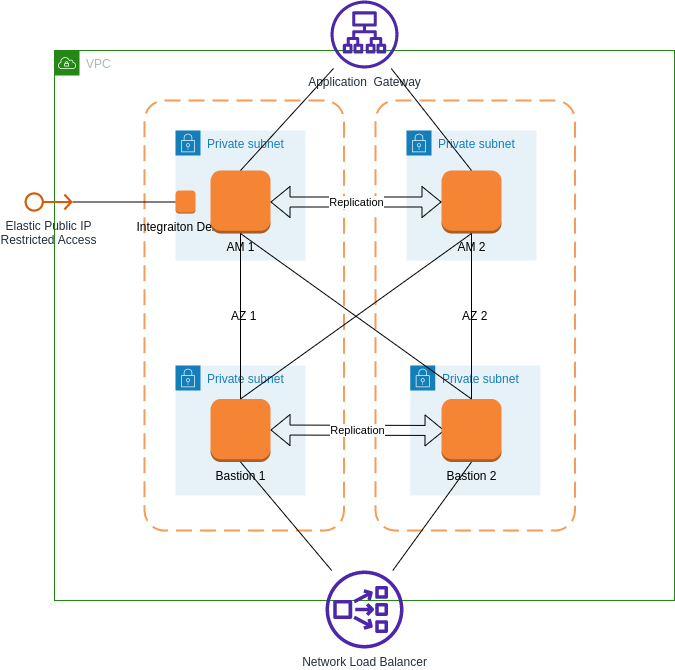
Earlier version of the draw.io export Terraform/Deploying/aws/02-Advanced/2AM-2SM-LB/AWS_2AM-2SM-LB.drawio.png (wallix/Automation_Showroom). Source tidied: cells renumbered, new cells last; positions are measured from the earlier drawing's top-left corner, leaving out a move shared by most shapes. Source of this version:
```xml
<mxGraphModel>
  <root>
    <mxCell id="0" />
    <mxCell id="1" parent="0" />
    <mxCell id="2" value="VPC" style="gradientColor=none;html=1;whiteSpace=wrap;fontSize=12;fontStyle=0;shape=mxgraph.aws4.group;grIcon=mxgraph.aws4.group_vpc;strokeColor=#248814;fillColor=none;verticalAlign=top;align=left;spacingLeft=30;fontColor=#AAB7B8;dashed=0;" parent="1" vertex="1">
      <mxGeometry x="30" y="50" width="620" height="550" as="geometry" />
    </mxCell>
    <mxCell id="3" value="AZ 2" style="rounded=1;arcSize=10;dashed=1;strokeColor=#F59D56;fillColor=none;gradientColor=none;dashPattern=8 4;strokeWidth=2;" parent="2" vertex="1">
      <mxGeometry x="321" y="50" width="199.5" height="430" as="geometry" />
    </mxCell>
    <mxCell id="4" value="Private subnet" style="gradientColor=none;html=1;whiteSpace=wrap;fontSize=12;fontStyle=0;shape=mxgraph.aws4.group;grIcon=mxgraph.aws4.group_security_group;grStroke=0;strokeColor=#147EBA;fillColor=#E6F2F8;verticalAlign=top;align=left;spacingLeft=30;fontColor=#147EBA;dashed=0;" parent="2" vertex="1">
      <mxGeometry x="355.8" y="315" width="130" height="130" as="geometry" />
    </mxCell>
    <mxCell id="5" value="AZ 1" style="rounded=1;arcSize=10;dashed=1;strokeColor=#F59D56;fillColor=none;gradientColor=none;dashPattern=8 4;strokeWidth=2;" parent="2" vertex="1">
      <mxGeometry x="90" y="50" width="199.5" height="430" as="geometry" />
    </mxCell>
    <mxCell id="6" value="Private subnet" style="gradientColor=none;html=1;whiteSpace=wrap;fontSize=12;fontStyle=0;shape=mxgraph.aws4.group;grIcon=mxgraph.aws4.group_security_group;grStroke=0;strokeColor=#147EBA;fillColor=#E6F2F8;verticalAlign=top;align=left;spacingLeft=30;fontColor=#147EBA;dashed=0;" parent="2" vertex="1">
      <mxGeometry x="121" y="80" width="130" height="130" as="geometry" />
    </mxCell>
    <mxCell id="7" value="Integraiton Debian" style="outlineConnect=0;dashed=0;verticalLabelPosition=bottom;verticalAlign=top;align=center;html=1;shape=mxgraph.aws3.instance;fillColor=#F58534;gradientColor=none;" parent="6" vertex="1">
      <mxGeometry y="60" width="20" height="23" as="geometry" />
    </mxCell>
    <mxCell id="8" value="Private subnet" style="gradientColor=none;html=1;whiteSpace=wrap;fontSize=12;fontStyle=0;shape=mxgraph.aws4.group;grIcon=mxgraph.aws4.group_security_group;grStroke=0;strokeColor=#147EBA;fillColor=#E6F2F8;verticalAlign=top;align=left;spacingLeft=30;fontColor=#147EBA;dashed=0;" parent="2" vertex="1">
      <mxGeometry x="121" y="315" width="130" height="130" as="geometry" />
    </mxCell>
    <mxCell id="9" value="Replication" style="shape=flexArrow;endArrow=classic;startArrow=classic;html=1;rounded=0;" parent="8" edge="1">
      <mxGeometry relative="1" as="geometry">
        <mxPoint x="95" y="64.5" as="sourcePoint" />
        <mxPoint x="269" y="65" as="targetPoint" />
      </mxGeometry>
    </mxCell>
    <mxCell id="10" value="Private subnet" style="gradientColor=none;html=1;whiteSpace=wrap;fontSize=12;fontStyle=0;shape=mxgraph.aws4.group;grIcon=mxgraph.aws4.group_security_group;grStroke=0;strokeColor=#147EBA;fillColor=#E6F2F8;verticalAlign=top;align=left;spacingLeft=30;fontColor=#147EBA;dashed=0;" parent="2" vertex="1">
      <mxGeometry x="352" y="80" width="130" height="130" as="geometry" />
    </mxCell>
    <mxCell id="11" value="AM 1" style="outlineConnect=0;dashed=0;verticalLabelPosition=bottom;verticalAlign=top;align=center;html=1;shape=mxgraph.aws3.instance;fillColor=#F58534;gradientColor=none;" parent="2" vertex="1">
      <mxGeometry x="156" y="120" width="60" height="63" as="geometry" />
    </mxCell>
    <mxCell id="12" value="AM 2" style="outlineConnect=0;dashed=0;verticalLabelPosition=bottom;verticalAlign=top;align=center;html=1;shape=mxgraph.aws3.instance;fillColor=#F58534;gradientColor=none;" parent="2" vertex="1">
      <mxGeometry x="387" y="120" width="60" height="63" as="geometry" />
    </mxCell>
    <mxCell id="13" value="Replication" style="shape=flexArrow;endArrow=classic;startArrow=classic;html=1;rounded=0;" parent="2" edge="1" source="11" target="12">
      <mxGeometry relative="1" as="geometry" />
    </mxCell>
    <mxCell id="14" value="Bastion 1" style="outlineConnect=0;dashed=0;verticalLabelPosition=bottom;verticalAlign=top;align=center;html=1;shape=mxgraph.aws3.instance;fillColor=#F58534;gradientColor=none;" parent="2" vertex="1">
      <mxGeometry x="156" y="348.5" width="60" height="63" as="geometry" />
    </mxCell>
    <mxCell id="15" value="Bastion 2" style="outlineConnect=0;dashed=0;verticalLabelPosition=bottom;verticalAlign=top;align=center;html=1;shape=mxgraph.aws3.instance;fillColor=#F58534;gradientColor=none;" parent="2" vertex="1">
      <mxGeometry x="387" y="348.5" width="60" height="63" as="geometry" />
    </mxCell>
    <mxCell id="16" style="endArrow=none;html=1;rounded=0;entryX=0.5;entryY=1;entryDx=0;entryDy=0;entryPerimeter=0;" parent="2" edge="1" source="14" target="11">
      <mxGeometry relative="1" as="geometry" />
    </mxCell>
    <mxCell id="17" style="endArrow=none;html=1;rounded=0;exitX=0.5;exitY=0;exitDx=0;exitDy=0;exitPerimeter=0;" parent="2" edge="1" source="15" target="12">
      <mxGeometry relative="1" as="geometry" />
    </mxCell>
    <mxCell id="18" style="endArrow=none;html=1;rounded=0;entryX=0.5;entryY=1;entryDx=0;entryDy=0;entryPerimeter=0;exitX=0.5;exitY=0;exitDx=0;exitDy=0;exitPerimeter=0;" parent="2" edge="1" source="15" target="11">
      <mxGeometry relative="1" as="geometry" />
    </mxCell>
    <mxCell id="19" style="endArrow=none;html=1;rounded=0;entryX=0.5;entryY=1;entryDx=0;entryDy=0;entryPerimeter=0;exitX=0.5;exitY=0;exitDx=0;exitDy=0;exitPerimeter=0;" parent="2" edge="1" source="14" target="12">
      <mxGeometry relative="1" as="geometry" />
    </mxCell>
    <mxCell id="20" value="Application&amp;nbsp; Gateway" style="sketch=0;outlineConnect=0;fontColor=#232F3E;gradientColor=none;fillColor=#4D27AA;strokeColor=none;dashed=0;verticalLabelPosition=bottom;verticalAlign=top;align=center;html=1;fontSize=12;fontStyle=0;shape=mxgraph.aws4.application_load_balancer;" parent="1" vertex="1">
      <mxGeometry x="306" width="68" height="68" as="geometry" />
    </mxCell>
    <mxCell id="21" style="endArrow=none;html=1;rounded=0;entryX=0.5;entryY=0;entryDx=0;entryDy=0;entryPerimeter=0;" parent="1" edge="1" source="20" target="12">
      <mxGeometry relative="1" as="geometry" />
    </mxCell>
    <mxCell id="22" style="endArrow=none;html=1;rounded=0;exitX=0.5;exitY=0;exitDx=0;exitDy=0;exitPerimeter=0;" parent="1" edge="1" source="11" target="20">
      <mxGeometry relative="1" as="geometry" />
    </mxCell>
    <mxCell id="23" value="Network Load Balancer" style="sketch=0;outlineConnect=0;fontColor=#232F3E;gradientColor=none;fillColor=#4D27AA;strokeColor=none;dashed=0;verticalLabelPosition=bottom;verticalAlign=top;align=center;html=1;fontSize=12;fontStyle=0;shape=mxgraph.aws4.network_load_balancer;" parent="1" vertex="1">
      <mxGeometry x="301" y="570" width="78" height="78" as="geometry" />
    </mxCell>
    <mxCell id="24" style="endArrow=none;html=1;rounded=0;entryX=0.5;entryY=1;entryDx=0;entryDy=0;entryPerimeter=0;" parent="1" edge="1" source="23" target="14">
      <mxGeometry relative="1" as="geometry" />
    </mxCell>
    <mxCell id="25" style="endArrow=none;html=1;rounded=0;entryX=0.5;entryY=1;entryDx=0;entryDy=0;entryPerimeter=0;" parent="1" edge="1" source="23" target="15">
      <mxGeometry relative="1" as="geometry" />
    </mxCell>
    <mxCell id="26" value="Elastic Public IP&lt;br&gt;Restricted Access" style="sketch=0;outlineConnect=0;fontColor=#232F3E;gradientColor=none;fillColor=#D45B07;strokeColor=none;dashed=0;verticalLabelPosition=bottom;verticalAlign=top;align=center;html=1;fontSize=12;fontStyle=0;shape=mxgraph.aws4.elastic_ip_address;" parent="1" vertex="1">
      <mxGeometry y="191.5" width="48" height="20" as="geometry" />
    </mxCell>
    <mxCell id="27" style="endArrow=none;html=1;rounded=0;entryX=0;entryY=0.5;entryDx=0;entryDy=0;entryPerimeter=0;" parent="1" edge="1" source="26" target="7">
      <mxGeometry relative="1" as="geometry" />
    </mxCell>
  </root>
</mxGraphModel>
```
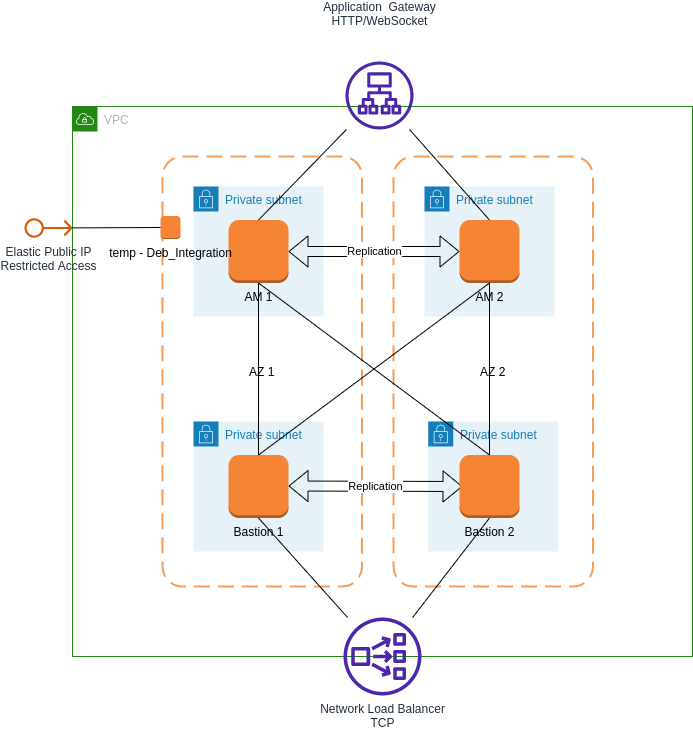
The same file after the commit.

Diff of the diagram source:
```diff
@@ -17,9 +17,9 @@
     <mxCell id="6" value="Private subnet" style="gradientColor=none;html=1;whiteSpace=wrap;fontSize=12;fontStyle=0;shape=mxgraph.aws4.group;grIcon=mxgraph.aws4.group_security_group;grStroke=0;strokeColor=#147EBA;fillColor=#E6F2F8;verticalAlign=top;align=left;spacingLeft=30;fontColor=#147EBA;dashed=0;" parent="2" vertex="1">
       <mxGeometry x="121" y="80" width="130" height="130" as="geometry" />
     </mxCell>
-    <mxCell id="7" value="Integraiton Debian" style="outlineConnect=0;dashed=0;verticalLabelPosition=bottom;verticalAlign=top;align=center;html=1;shape=mxgraph.aws3.instance;fillColor=#F58534;gradientColor=none;" parent="6" vertex="1">
-      <mxGeometry y="60" width="20" height="23" as="geometry" />
-    </mxCell>
+    <mxCell id="11" value="AM 1" style="outlineConnect=0;dashed=0;verticalLabelPosition=bottom;verticalAlign=top;align=center;html=1;shape=mxgraph.aws3.instance;fillColor=#F58534;gradientColor=none;" parent="6" vertex="1">
+      <mxGeometry x="35" y="33.5" width="60" height="63" as="geometry" />
+    </mxCell>
     <mxCell id="8" value="Private subnet" style="gradientColor=none;html=1;whiteSpace=wrap;fontSize=12;fontStyle=0;shape=mxgraph.aws4.group;grIcon=mxgraph.aws4.group_security_group;grStroke=0;strokeColor=#147EBA;fillColor=#E6F2F8;verticalAlign=top;align=left;spacingLeft=30;fontColor=#147EBA;dashed=0;" parent="2" vertex="1">
       <mxGeometry x="121" y="315" width="130" height="130" as="geometry" />
     </mxCell>
@@ -29,21 +29,18 @@
         <mxPoint x="269" y="65" as="targetPoint" />
       </mxGeometry>
     </mxCell>
+    <mxCell id="14" value="Bastion 1" style="outlineConnect=0;dashed=0;verticalLabelPosition=bottom;verticalAlign=top;align=center;html=1;shape=mxgraph.aws3.instance;fillColor=#F58534;gradientColor=none;" parent="8" vertex="1">
+      <mxGeometry x="35" y="33.5" width="60" height="63" as="geometry" />
+    </mxCell>
     <mxCell id="10" value="Private subnet" style="gradientColor=none;html=1;whiteSpace=wrap;fontSize=12;fontStyle=0;shape=mxgraph.aws4.group;grIcon=mxgraph.aws4.group_security_group;grStroke=0;strokeColor=#147EBA;fillColor=#E6F2F8;verticalAlign=top;align=left;spacingLeft=30;fontColor=#147EBA;dashed=0;" parent="2" vertex="1">
       <mxGeometry x="352" y="80" width="130" height="130" as="geometry" />
     </mxCell>
-    <mxCell id="11" value="AM 1" style="outlineConnect=0;dashed=0;verticalLabelPosition=bottom;verticalAlign=top;align=center;html=1;shape=mxgraph.aws3.instance;fillColor=#F58534;gradientColor=none;" parent="2" vertex="1">
-      <mxGeometry x="156" y="120" width="60" height="63" as="geometry" />
-    </mxCell>
     <mxCell id="12" value="AM 2" style="outlineConnect=0;dashed=0;verticalLabelPosition=bottom;verticalAlign=top;align=center;html=1;shape=mxgraph.aws3.instance;fillColor=#F58534;gradientColor=none;" parent="2" vertex="1">
-      <mxGeometry x="387" y="120" width="60" height="63" as="geometry" />
+      <mxGeometry x="387" y="113.5" width="60" height="63" as="geometry" />
     </mxCell>
     <mxCell id="13" value="Replication" style="shape=flexArrow;endArrow=classic;startArrow=classic;html=1;rounded=0;" parent="2" edge="1" source="11" target="12">
       <mxGeometry relative="1" as="geometry" />
     </mxCell>
-    <mxCell id="14" value="Bastion 1" style="outlineConnect=0;dashed=0;verticalLabelPosition=bottom;verticalAlign=top;align=center;html=1;shape=mxgraph.aws3.instance;fillColor=#F58534;gradientColor=none;" parent="2" vertex="1">
-      <mxGeometry x="156" y="348.5" width="60" height="63" as="geometry" />
-    </mxCell>
     <mxCell id="15" value="Bastion 2" style="outlineConnect=0;dashed=0;verticalLabelPosition=bottom;verticalAlign=top;align=center;html=1;shape=mxgraph.aws3.instance;fillColor=#F58534;gradientColor=none;" parent="2" vertex="1">
       <mxGeometry x="387" y="348.5" width="60" height="63" as="geometry" />
     </mxCell>
@@ -59,8 +56,11 @@
     <mxCell id="19" style="endArrow=none;html=1;rounded=0;entryX=0.5;entryY=1;entryDx=0;entryDy=0;entryPerimeter=0;exitX=0.5;exitY=0;exitDx=0;exitDy=0;exitPerimeter=0;" parent="2" edge="1" source="14" target="12">
       <mxGeometry relative="1" as="geometry" />
     </mxCell>
+    <mxCell id="7" value="temp - Deb_Integration" style="outlineConnect=0;dashed=0;verticalLabelPosition=bottom;verticalAlign=top;align=center;html=1;shape=mxgraph.aws3.instance;fillColor=#F58534;gradientColor=none;" parent="2" vertex="1">
+      <mxGeometry x="88" y="109.5" width="20" height="23" as="geometry" />
+    </mxCell>
-    <mxCell id="20" value="Application&amp;nbsp; Gateway" style="sketch=0;outlineConnect=0;fontColor=#232F3E;gradientColor=none;fillColor=#4D27AA;strokeColor=none;dashed=0;verticalLabelPosition=bottom;verticalAlign=top;align=center;html=1;fontSize=12;fontStyle=0;shape=mxgraph.aws4.application_load_balancer;" parent="1" vertex="1">
-      <mxGeometry x="306" width="68" height="68" as="geometry" />
+    <mxCell id="20" value="Application&amp;nbsp; Gateway&lt;br&gt;HTTP/WebSocket" style="sketch=0;outlineConnect=0;fontColor=#232F3E;gradientColor=none;fillColor=#4D27AA;strokeColor=none;dashed=0;verticalLabelPosition=top;verticalAlign=top;align=center;html=1;fontSize=12;fontStyle=0;shape=mxgraph.aws4.application_load_balancer;" parent="1" vertex="1">
+      <mxGeometry x="303" y="5" width="68" height="68" as="geometry" />
     </mxCell>
     <mxCell id="21" style="endArrow=none;html=1;rounded=0;entryX=0.5;entryY=0;entryDx=0;entryDy=0;entryPerimeter=0;" parent="1" edge="1" source="20" target="12">
       <mxGeometry relative="1" as="geometry" />
@@ -68,8 +68,8 @@
     <mxCell id="22" style="endArrow=none;html=1;rounded=0;exitX=0.5;exitY=0;exitDx=0;exitDy=0;exitPerimeter=0;" parent="1" edge="1" source="11" target="20">
       <mxGeometry relative="1" as="geometry" />
     </mxCell>
-    <mxCell id="23" value="Network Load Balancer" style="sketch=0;outlineConnect=0;fontColor=#232F3E;gradientColor=none;fillColor=#4D27AA;strokeColor=none;dashed=0;verticalLabelPosition=bottom;verticalAlign=top;align=center;html=1;fontSize=12;fontStyle=0;shape=mxgraph.aws4.network_load_balancer;" parent="1" vertex="1">
-      <mxGeometry x="301" y="570" width="78" height="78" as="geometry" />
+    <mxCell id="23" value="Network Load Balancer&lt;br&gt;TCP" style="sketch=0;outlineConnect=0;fontColor=#232F3E;gradientColor=none;fillColor=#4D27AA;strokeColor=none;dashed=0;verticalLabelPosition=bottom;verticalAlign=top;align=center;html=1;fontSize=12;fontStyle=0;shape=mxgraph.aws4.network_load_balancer;" parent="1" vertex="1">
+      <mxGeometry x="301" y="561" width="78" height="78" as="geometry" />
     </mxCell>
     <mxCell id="24" style="endArrow=none;html=1;rounded=0;entryX=0.5;entryY=1;entryDx=0;entryDy=0;entryPerimeter=0;" parent="1" edge="1" source="23" target="14">
       <mxGeometry relative="1" as="geometry" />
@@ -78,7 +78,7 @@
       <mxGeometry relative="1" as="geometry" />
     </mxCell>
     <mxCell id="26" value="Elastic Public IP&lt;br&gt;Restricted Access" style="sketch=0;outlineConnect=0;fontColor=#232F3E;gradientColor=none;fillColor=#D45B07;strokeColor=none;dashed=0;verticalLabelPosition=bottom;verticalAlign=top;align=center;html=1;fontSize=12;fontStyle=0;shape=mxgraph.aws4.elastic_ip_address;" parent="1" vertex="1">
-      <mxGeometry y="191.5" width="48" height="20" as="geometry" />
+      <mxGeometry x="-18" y="161.5" width="48" height="20" as="geometry" />
     </mxCell>
     <mxCell id="27" style="endArrow=none;html=1;rounded=0;entryX=0;entryY=0.5;entryDx=0;entryDy=0;entryPerimeter=0;" parent="1" edge="1" source="26" target="7">
       <mxGeometry relative="1" as="geometry" />
```
